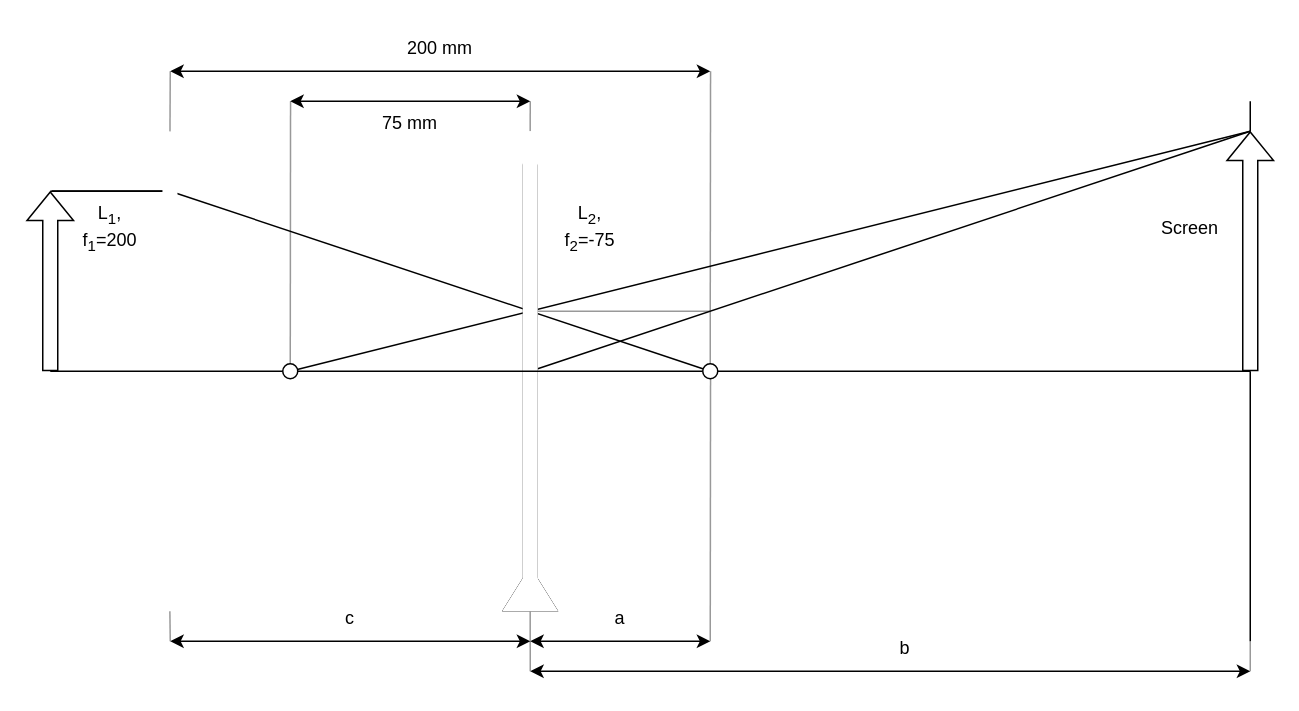
Above: documentation/images/lenses_diagram.drawio in nbaehler/mask-designer (draw.io), before the change. Source tidied: cells renumbered, new cells numbered last; positions are measured from the earlier drawing's top-left corner, leaving out a move shared by most shapes. Both pictures are drawn from the tidied source at 150%, with x=0, y=0 at pixel (50, 26).
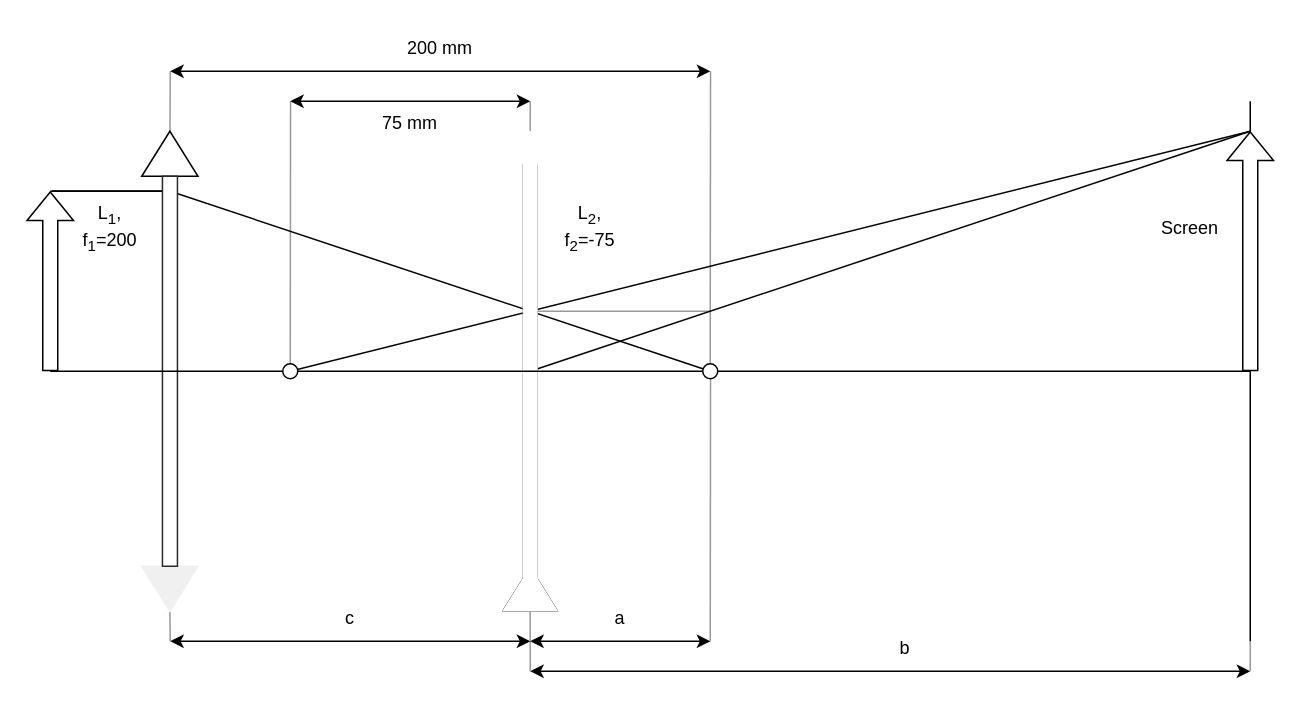
The same page after the edit.

Commit message (it also covers changes not shown here):
Fix markdown rendering errror and checkout svg problem

Diff of the diagram source:
```diff
@@
-    <mxCell id="25" style="triangle;whiteSpace=wrap;html=1;direction=north;strokeColor=none;" parent="1" vertex="1">
+    <mxCell id="25" style="triangle;whiteSpace=wrap;html=1;direction=north;" parent="1" vertex="1">
       <mxGeometry x="61" y="70" width="37.5" height="30" as="geometry" />
     </mxCell>
-    <mxCell id="26" style="triangle;whiteSpace=wrap;html=1;direction=south;strokeColor=none;" parent="1" vertex="1">
+    <mxCell id="26" style="triangle;whiteSpace=wrap;html=1;direction=south;strokeColor=#F0F0F0;fillColor=#F0F0F0;" parent="1" vertex="1">
       <mxGeometry x="61" y="360" width="37.5" height="30" as="geometry" />
     </mxCell>
-    <mxCell id="27" style="rounded=0;whiteSpace=wrap;html=1;strokeColor=none;" parent="1" vertex="1">
+    <mxCell id="27" style="rounded=0;whiteSpace=wrap;html=1;strokeColor=#2A2A2A;" parent="1" vertex="1">
       <mxGeometry x="74.8" y="100" width="10" height="260" as="geometry" />
     </mxCell>
```
